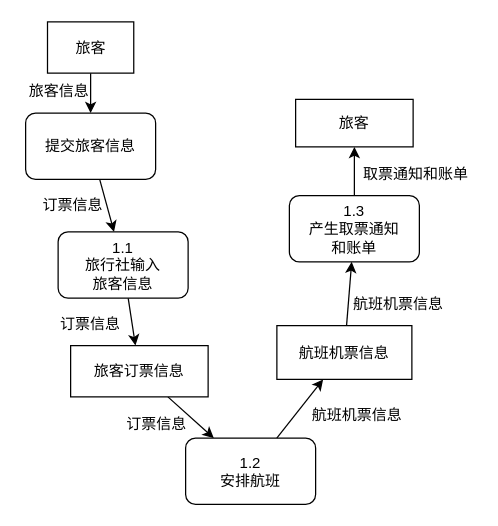
Earlier version of the draw.io diagram Untitled Diagram.drawio (PIEAKyichi/hello-world). Source tidied: cells renumbered, new cells numbered last; positions are measured from the earlier drawing's top-left corner, leaving out a move shared by most shapes. Both pictures are drawn from the tidied source at 125%, with x=0, y=0 at pixel (21, 21).
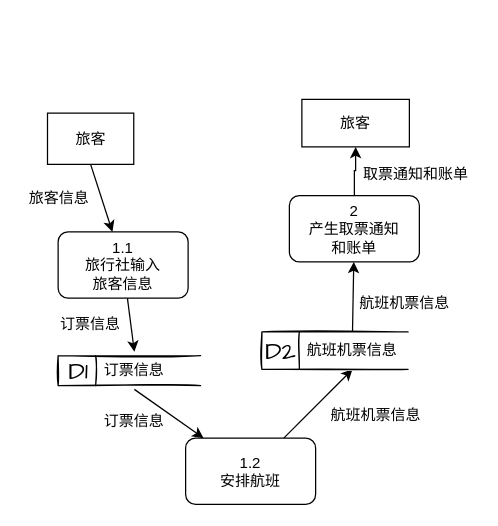
After the change.

The change refers to these unchanged cells:
```xml
<mxCell id="7" value="1.1&lt;br&gt;旅行社输入&lt;br&gt;旅客信息" style="rounded=1;whiteSpace=wrap;html=1;" parent="1" vertex="1">
  <mxGeometry x="29" y="168" width="104" height="53" as="geometry" />
</mxCell>
<mxCell id="9" value="1.2&lt;br&gt;安排航班" style="rounded=1;whiteSpace=wrap;html=1;" parent="1" vertex="1">
  <mxGeometry x="131" y="333" width="104" height="53" as="geometry" />
</mxCell>
```

The edit, as a diff of the source:
```diff
@@
-    <mxCell id="2" style="edgeStyle=none;rounded=0;jettySize=auto;html=1;" parent="1" edge="1" source="3" target="5">
-      <mxGeometry relative="1" as="geometry" />
-    </mxCell>
     <mxCell id="3" value="旅客" style="rounded=0;whiteSpace=wrap;html=1;" parent="1" vertex="1">
-      <mxGeometry x="20.5" width="69" height="41" as="geometry" />
+      <mxGeometry x="20.5" y="73" width="69" height="41" as="geometry" />
     </mxCell>
-    <mxCell id="4" style="edgeStyle=none;rounded=0;jettySize=auto;html=1;" parent="1" edge="1" source="5" target="7">
+    <mxCell id="4" style="edgeStyle=none;rounded=0;jettySize=auto;html=1;exitX=0.5;exitY=1;exitDx=0;exitDy=0;" parent="1" edge="1" source="3" target="7">
       <mxGeometry relative="1" as="geometry" />
     </mxCell>
-    <mxCell id="5" value="提交旅客信息" style="rounded=1;whiteSpace=wrap;html=1;" parent="1" vertex="1">
-      <mxGeometry x="3" y="73" width="104" height="53" as="geometry" />
-    </mxCell>
-    <mxCell id="6" style="edgeStyle=none;rounded=0;jettySize=auto;html=1;" parent="1" edge="1" source="7" target="11">
+    <mxCell id="6" style="edgeStyle=none;rounded=0;jettySize=auto;html=1;entryX=0.5;entryY=0;entryDx=0;entryDy=0;" parent="1" edge="1" source="7" target="25">
       <mxGeometry relative="1" as="geometry" />
     </mxCell>
@@
-    <mxCell id="8" style="edgeStyle=none;rounded=0;jettySize=auto;html=1;" parent="1" edge="1" source="9" target="13">
+    <mxCell id="8" style="edgeStyle=none;rounded=0;jettySize=auto;html=1;entryX=0.5;entryY=1;entryDx=0;entryDy=0;" parent="1" edge="1" source="9" target="13">
       <mxGeometry relative="1" as="geometry" />
     </mxCell>
@@
-    <mxCell id="10" style="edgeStyle=none;rounded=0;jettySize=auto;html=1;" parent="1" edge="1" source="11" target="9">
+    <mxCell id="10" style="edgeStyle=none;rounded=0;jettySize=auto;html=1;exitX=0.5;exitY=1;exitDx=0;exitDy=0;" parent="1" edge="1" source="25" target="9">
       <mxGeometry relative="1" as="geometry" />
     </mxCell>
-    <mxCell id="11" value="旅客订票信息" style="rounded=0;whiteSpace=wrap;html=1;" parent="1" vertex="1">
-      <mxGeometry x="39" y="259" width="110" height="41" as="geometry" />
-    </mxCell>
-    <mxCell id="12" style="edgeStyle=none;rounded=0;jettySize=auto;html=1;" parent="1" edge="1" source="13" target="15">
+    <mxCell id="12" style="edgeStyle=none;rounded=0;jettySize=auto;html=1;exitX=0.5;exitY=0;exitDx=0;exitDy=0;" parent="1" edge="1" source="13" target="15">
       <mxGeometry relative="1" as="geometry" />
     </mxCell>
-    <mxCell id="13" value="航班机票信息" style="rounded=0;whiteSpace=wrap;html=1;" parent="1" vertex="1">
-      <mxGeometry x="204" y="243" width="108" height="43" as="geometry" />
-    </mxCell>
@@
-    <mxCell id="15" value="1.3&lt;br&gt;产生取票通知&lt;br&gt;和账单" style="rounded=1;whiteSpace=wrap;html=1;" parent="1" vertex="1">
+    <mxCell id="15" value="2&lt;br&gt;产生取票通知&lt;br&gt;和账单" style="rounded=1;whiteSpace=wrap;html=1;" parent="1" vertex="1">
       <mxGeometry x="214" y="139" width="104" height="53" as="geometry" />
     </mxCell>
     <mxCell id="16" value="旅客" style="rounded=0;whiteSpace=wrap;html=1;" parent="1" vertex="1">
-      <mxGeometry x="219" y="62" width="94" height="38" as="geometry" />
+      <mxGeometry x="224" y="62" width="86" height="38" as="geometry" />
     </mxCell>
-    <mxCell id="17" value="旅客信息" style="text;html=1;strokeColor=none;fillColor=none;align=center;verticalAlign=middle;whiteSpace=wrap;rounded=0;" parent="1" vertex="1">
-      <mxGeometry y="41" width="60" height="30" as="geometry" />
-    </mxCell>
-    <mxCell id="18" value="订票信息" style="text;html=1;strokeColor=none;fillColor=none;align=center;verticalAlign=middle;whiteSpace=wrap;rounded=0;" parent="1" vertex="1">
-      <mxGeometry x="11" y="132" width="60" height="30" as="geometry" />
+    <mxCell id="18" value="旅客信息" style="text;html=1;strokeColor=none;fillColor=none;align=center;verticalAlign=middle;whiteSpace=wrap;rounded=0;" parent="1" vertex="1">
+      <mxGeometry y="126" width="60" height="30" as="geometry" />
     </mxCell>
@@
     <mxCell id="20" value="订票信息" style="text;html=1;strokeColor=none;fillColor=none;align=center;verticalAlign=middle;whiteSpace=wrap;rounded=0;" parent="1" vertex="1">
-      <mxGeometry x="78" y="307" width="60" height="30" as="geometry" />
+      <mxGeometry x="60" y="305" width="60" height="30" as="geometry" />
     </mxCell>
     <mxCell id="21" value="航班机票信息" style="text;html=1;strokeColor=none;fillColor=none;align=center;verticalAlign=middle;whiteSpace=wrap;rounded=0;" parent="1" vertex="1">
-      <mxGeometry x="224" y="300" width="89" height="30" as="geometry" />
+      <mxGeometry x="239" y="300" width="89" height="30" as="geometry" />
     </mxCell>
     <mxCell id="22" value="航班机票信息" style="text;html=1;strokeColor=none;fillColor=none;align=center;verticalAlign=middle;whiteSpace=wrap;rounded=0;" parent="1" vertex="1">
-      <mxGeometry x="257" y="211" width="89" height="30" as="geometry" />
+      <mxGeometry x="262" y="210" width="89" height="30" as="geometry" />
     </mxCell>
@@
+    <mxCell id="24" style="html=1;dashed=0;whitespace=wrap;shape=mxgraph.dfd.dataStoreID;align=left;spacingLeft=3;sketch=1;hachureGap=4;fontFamily=Architects Daughter;fontSize=20;" parent="1" vertex="1">
+      <mxGeometry x="29" y="267" width="114" height="24" as="geometry" />
+    </mxCell>
+    <mxCell id="25" value="订票信息" style="text;html=1;strokeColor=none;fillColor=none;align=center;verticalAlign=middle;whiteSpace=wrap;rounded=0;" parent="1" vertex="1">
+      <mxGeometry x="60" y="264" width="60" height="30" as="geometry" />
+    </mxCell>
+    <mxCell id="26" style="html=1;dashed=0;whitespace=wrap;shape=mxgraph.dfd.dataStoreID;align=left;spacingLeft=3;sketch=1;hachureGap=4;fontFamily=Architects Daughter;fontSize=20;" parent="1" vertex="1">
+      <mxGeometry x="192" y="248" width="117" height="30" as="geometry" />
+    </mxCell>
+    <mxCell id="13" value="航班机票信息" style="text;html=1;strokeColor=none;fillColor=none;align=center;verticalAlign=middle;whiteSpace=wrap;rounded=0;" parent="1" vertex="1">
+      <mxGeometry x="220" y="248" width="89" height="30" as="geometry" />
+    </mxCell>
+    <mxCell id="27" value="D1" style="text;html=1;strokeColor=none;fillColor=none;align=center;verticalAlign=middle;whiteSpace=wrap;rounded=0;sketch=1;hachureGap=4;fontFamily=Architects Daughter;fontSize=20;" parent="1" vertex="1">
+      <mxGeometry x="29" y="272.5" width="33" height="13" as="geometry" />
+    </mxCell>
+    <mxCell id="28" value="D2" style="text;html=1;strokeColor=none;fillColor=none;align=center;verticalAlign=middle;whiteSpace=wrap;rounded=0;sketch=1;hachureGap=4;fontFamily=Architects Daughter;fontSize=20;" parent="1" vertex="1">
+      <mxGeometry x="191" y="256.5" width="33" height="13" as="geometry" />
+    </mxCell>
```
